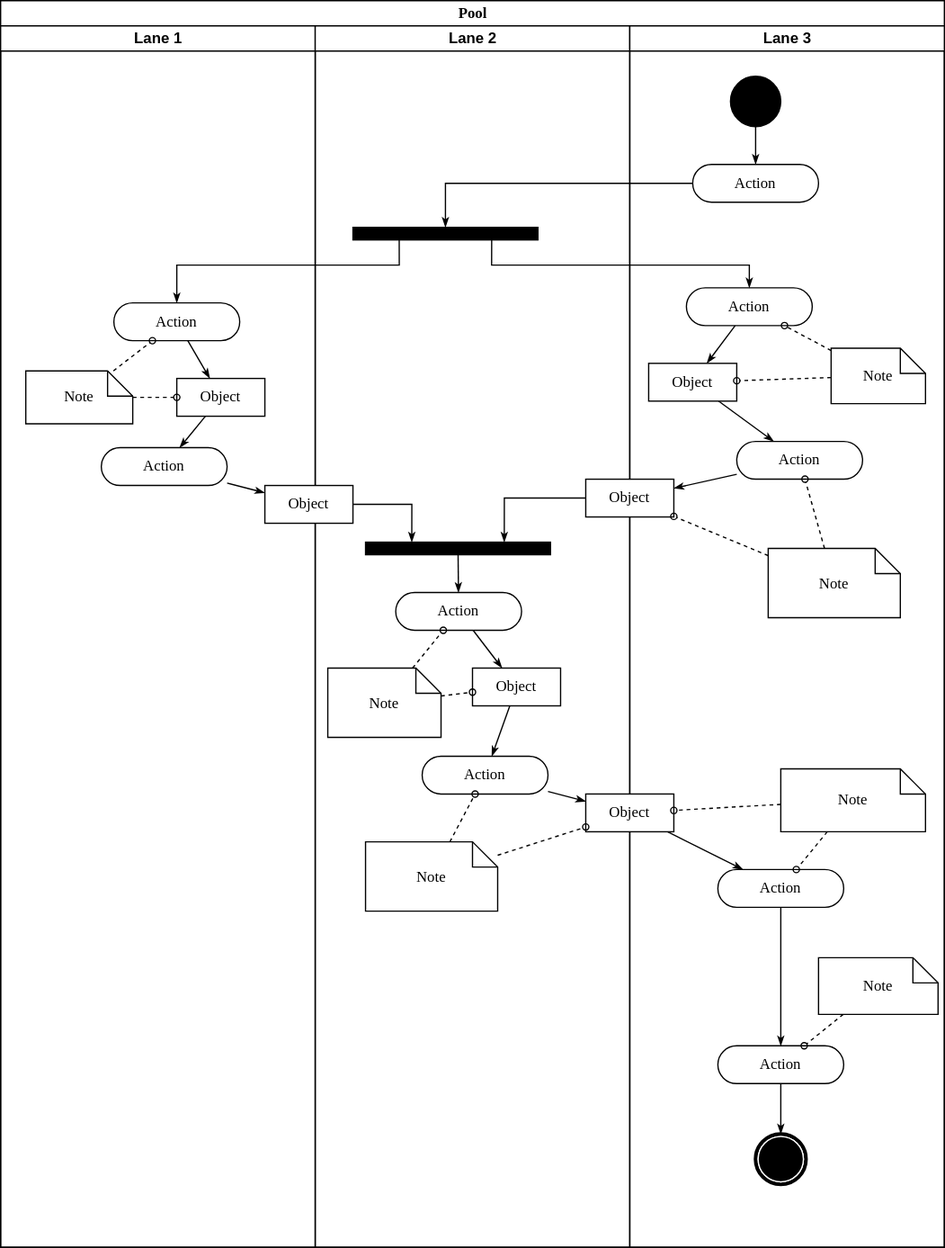
The draw.io diagram Atividades/Atividade_2.svg in JesCat16/Projeto01_Modelagem_De_Software, before a commit. Source tidied: cells renumbered, new cells last; positions are measured from the earlier drawing's top-left corner, leaving out a move shared by most shapes.
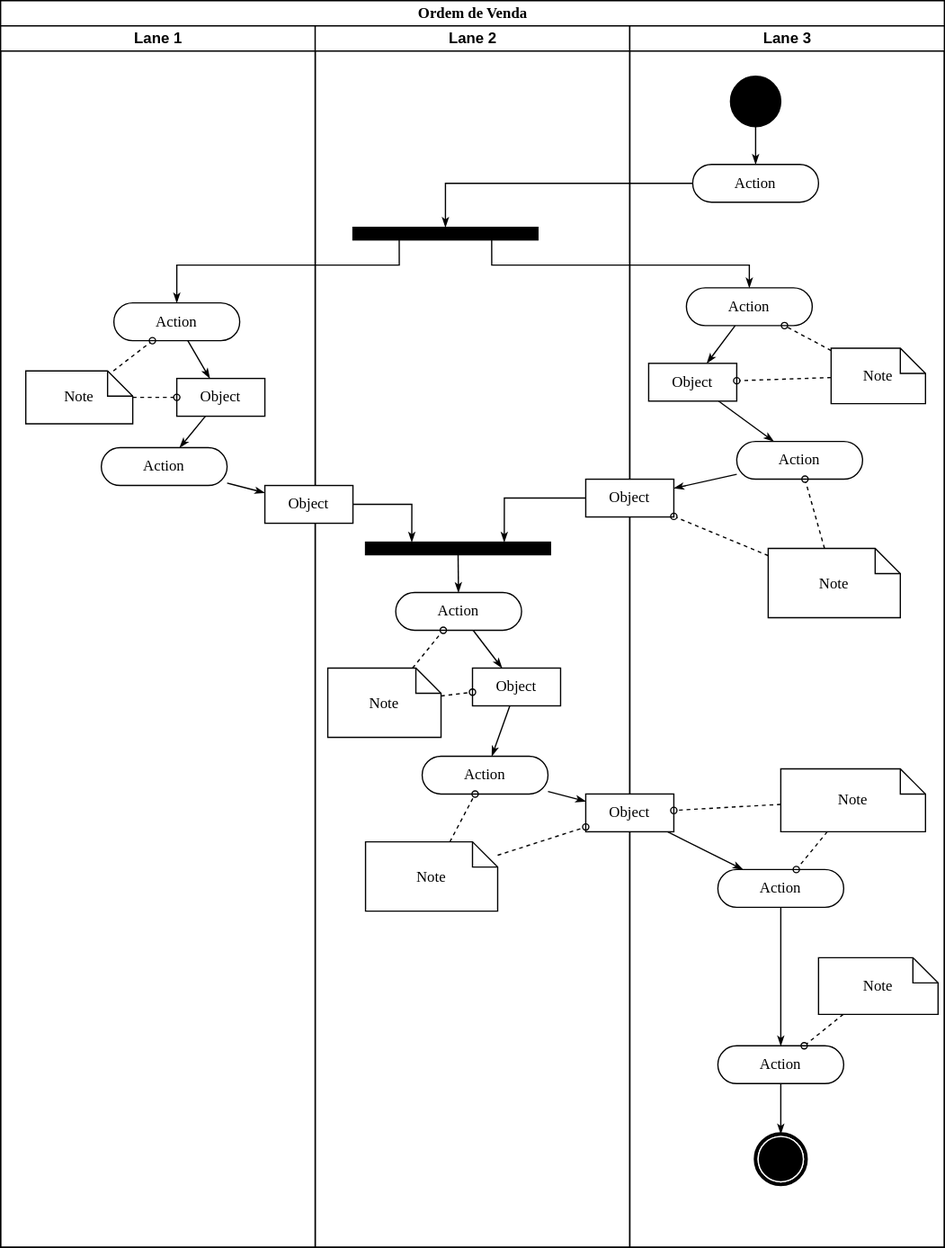
After the change.

The edit, as a diff of the source:
```diff
@@ -1,8 +1,8 @@
-<mxGraphModel>
+<mxGraphModel background="#ffffff">
   <root>
     <mxCell id="0" />
     <mxCell id="1" parent="0" />
-    <mxCell id="2" value="Pool" style="swimlane;html=1;startSize=20;rounded=0;shadow=0;comic=0;labelBackgroundColor=none;strokeWidth=1;fontFamily=Verdana;fontSize=12;align=center;" parent="1" vertex="1">
+    <mxCell id="2" value="Ordem de Venda" style="swimlane;html=1;startSize=20;rounded=0;shadow=0;comic=0;labelBackgroundColor=none;strokeWidth=1;fontFamily=Verdana;fontSize=12;align=center;" parent="1" vertex="1">
       <mxGeometry width="750" height="990" as="geometry" />
     </mxCell>
     <mxCell id="3" value="Lane 1" style="swimlane;html=1;startSize=20;" parent="2" vertex="1">
```
